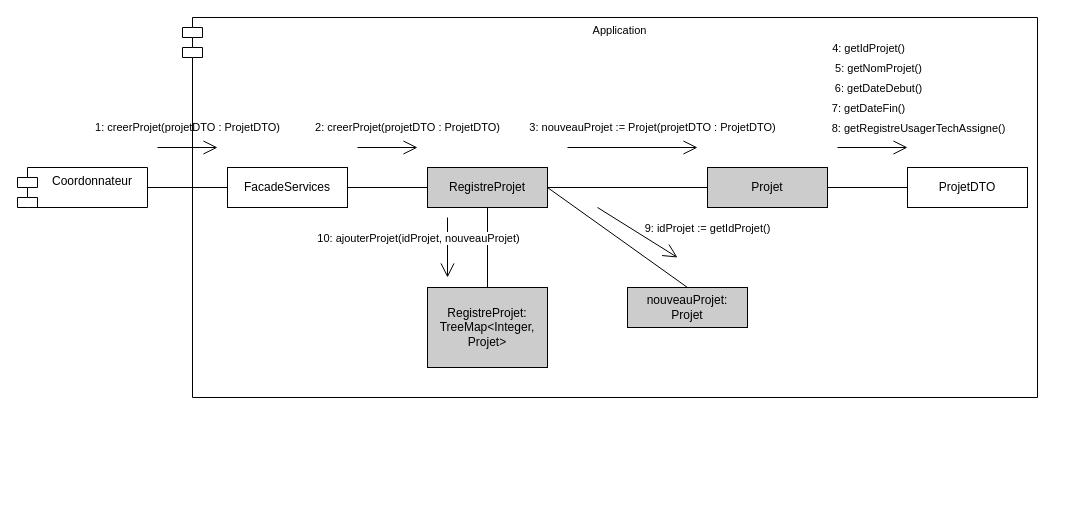
Above: Diagrammes de conception/Diagrammes de communication/CreerProjet.drawio in ChristWasTaken/Projet-Conception-et-Archictecture (draw.io), before the change. Source tidied: cells renumbered, new cells numbered last; positions are measured from the earlier drawing's top-left corner, leaving out a move shared by most shapes. Both pictures are drawn from the tidied source at 100%, with x=0, y=0 at pixel (17, 17).
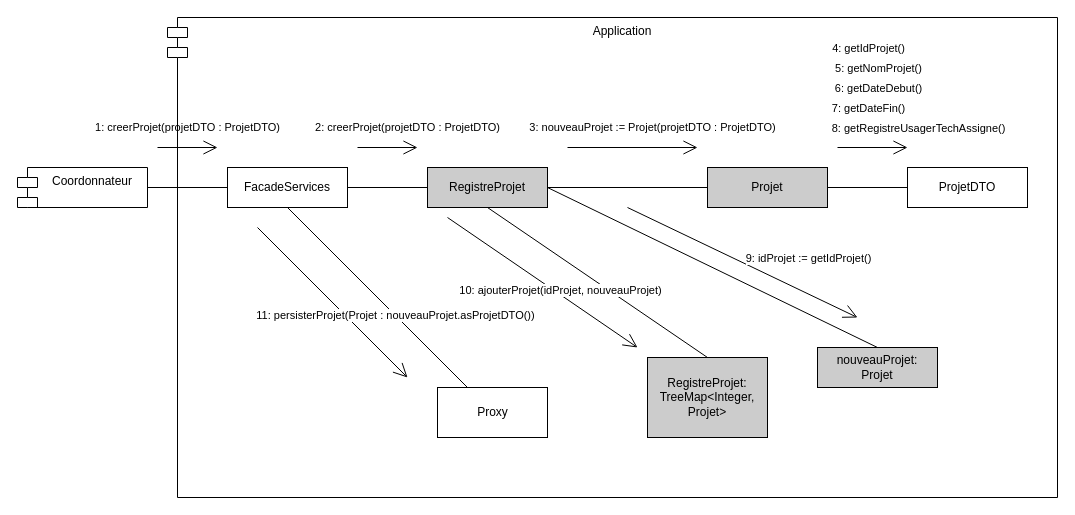
Above is the later version.

Unchanged cells that the change refers to:
```xml
<mxCell id="4" value="FacadeServices" style="rounded=0;whiteSpace=wrap;html=1;fillColor=#FFFFFF;" parent="1" vertex="1">
  <mxGeometry x="210" y="150" width="120" height="40" as="geometry" />
</mxCell>
```

Change to the diagram source:
```diff
@@
-    <mxCell id="2" value="Application" style="shape=module;align=left;spacingLeft=20;align=center;verticalAlign=top;fontSize=11;" parent="1" vertex="1">
-      <mxGeometry x="165" width="855" height="380" as="geometry" />
+    <mxCell id="2" value="Application" style="shape=module;align=left;spacingLeft=20;align=center;verticalAlign=top;" parent="1" vertex="1">
+      <mxGeometry x="150" width="890" height="480" as="geometry" />
     </mxCell>
@@
     <mxCell id="9" value="&lt;div&gt;RegistreProjet:&lt;/div&gt;&lt;div&gt;TreeMap&amp;lt;Integer, Projet&amp;gt;&lt;br&gt;&lt;/div&gt;" style="rounded=0;whiteSpace=wrap;html=1;fillColor=#CCCCCC;" parent="1" vertex="1">
-      <mxGeometry x="410" y="270" width="120" height="80" as="geometry" />
+      <mxGeometry x="630" y="340" width="120" height="80" as="geometry" />
     </mxCell>
     <mxCell id="10" value="&lt;div&gt;nouveauProjet:&lt;/div&gt;&lt;div&gt;Projet&lt;br&gt;&lt;/div&gt;" style="rounded=0;whiteSpace=wrap;html=1;fillColor=#CCCCCC;" parent="1" vertex="1">
-      <mxGeometry x="610" y="270" width="120" height="40" as="geometry" />
+      <mxGeometry x="800" y="330" width="120" height="40" as="geometry" />
     </mxCell>
@@
     <mxCell id="28" style="endArrow=open;endFill=1;endSize=12;html=1;rounded=0;fontSize=11;" parent="1" edge="1">
       <mxGeometry relative="1" as="geometry">
-        <mxPoint x="580" y="190" as="sourcePoint" />
-        <mxPoint x="660" y="240" as="targetPoint" />
+        <mxPoint x="610" y="190" as="sourcePoint" />
+        <mxPoint x="840" y="300" as="targetPoint" />
       </mxGeometry>
     </mxCell>
     <mxCell id="29" value="9: idProjet := getIdProjet()" style="edgeLabel;html=1;align=center;verticalAlign=middle;fontSize=11;" parent="28" vertex="1">
       <mxGeometry x="0.51" y="3" relative="1" as="geometry">
-        <mxPoint x="48" y="-15" as="offset" />
+        <mxPoint x="6" y="-30" as="offset" />
       </mxGeometry>
     </mxCell>
     <mxCell id="30" style="endArrow=open;endFill=1;endSize=12;html=1;rounded=0;fontSize=11;" parent="1" edge="1">
       <mxGeometry relative="1" as="geometry">
         <mxPoint x="430" y="200" as="sourcePoint" />
-        <mxPoint x="430" y="260" as="targetPoint" />
+        <mxPoint x="620" y="330" as="targetPoint" />
       </mxGeometry>
     </mxCell>
@@
+    <mxCell id="32" value="Proxy" style="html=1;" parent="1" vertex="1">
+      <mxGeometry x="420" y="370" width="110" height="50" as="geometry" />
+    </mxCell>
+    <mxCell id="33" style="endArrow=none;html=1;rounded=0;entryX=0.5;entryY=1;entryDx=0;entryDy=0;" parent="1" edge="1" source="32" target="4">
+      <mxGeometry relative="1" as="geometry" />
+    </mxCell>
+    <mxCell id="34" style="endArrow=open;endFill=1;endSize=12;html=1;rounded=0;fontSize=11;" parent="1" edge="1">
+      <mxGeometry relative="1" as="geometry">
+        <mxPoint x="240" y="210" as="sourcePoint" />
+        <mxPoint x="390" y="360" as="targetPoint" />
+      </mxGeometry>
+    </mxCell>
+    <mxCell id="35" value="11: persisterProjet(Projet : nouveauProjet.asProjetDTO())" style="edgeLabel;html=1;align=center;verticalAlign=middle;fontSize=11;" parent="34" vertex="1">
+      <mxGeometry x="0.5" relative="1" as="geometry">
+        <mxPoint x="25" y="-25" as="offset" />
+      </mxGeometry>
+    </mxCell>
```
